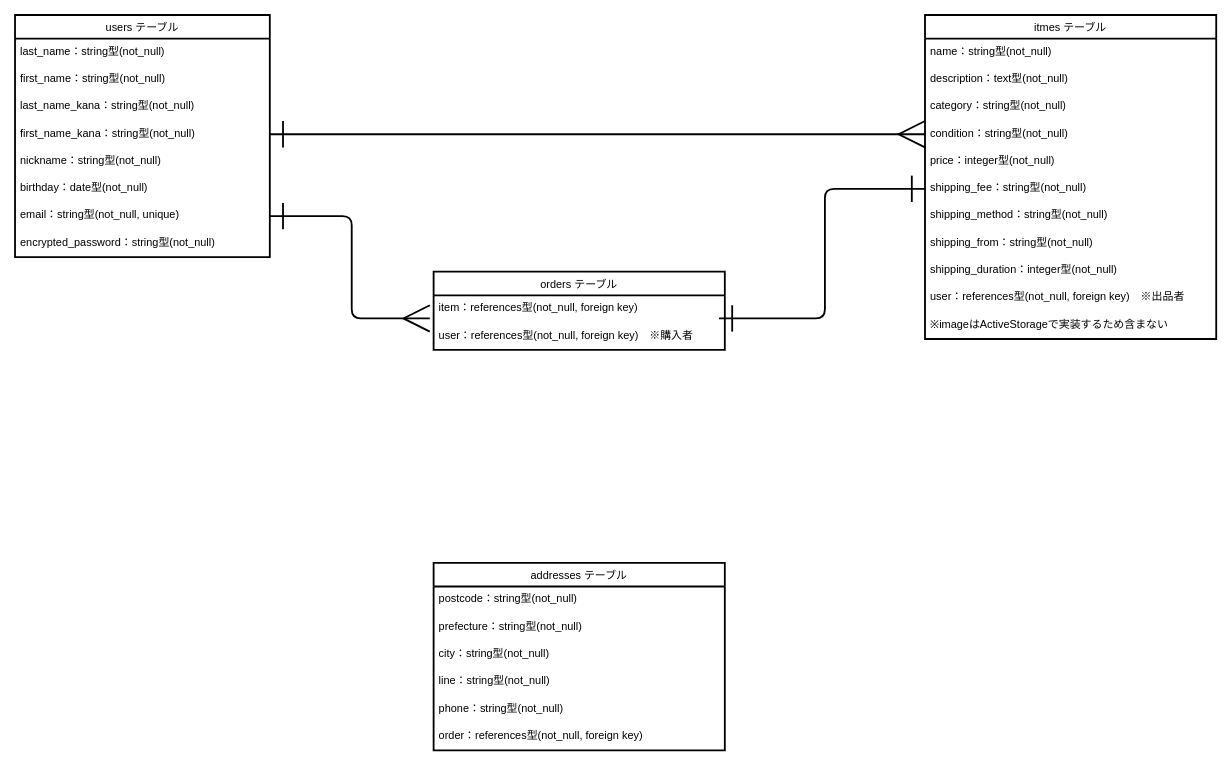
This is furimaER.dio from sssan-tech/furima-41472, a draw.io file, before an edit. Source tidied: cells renumbered, new cells numbered last; positions are measured from the earlier drawing's top-left corner, leaving out a move shared by most shapes. Both pictures are drawn from the tidied source at 91%, with x=0, y=0 at pixel (15, 15).
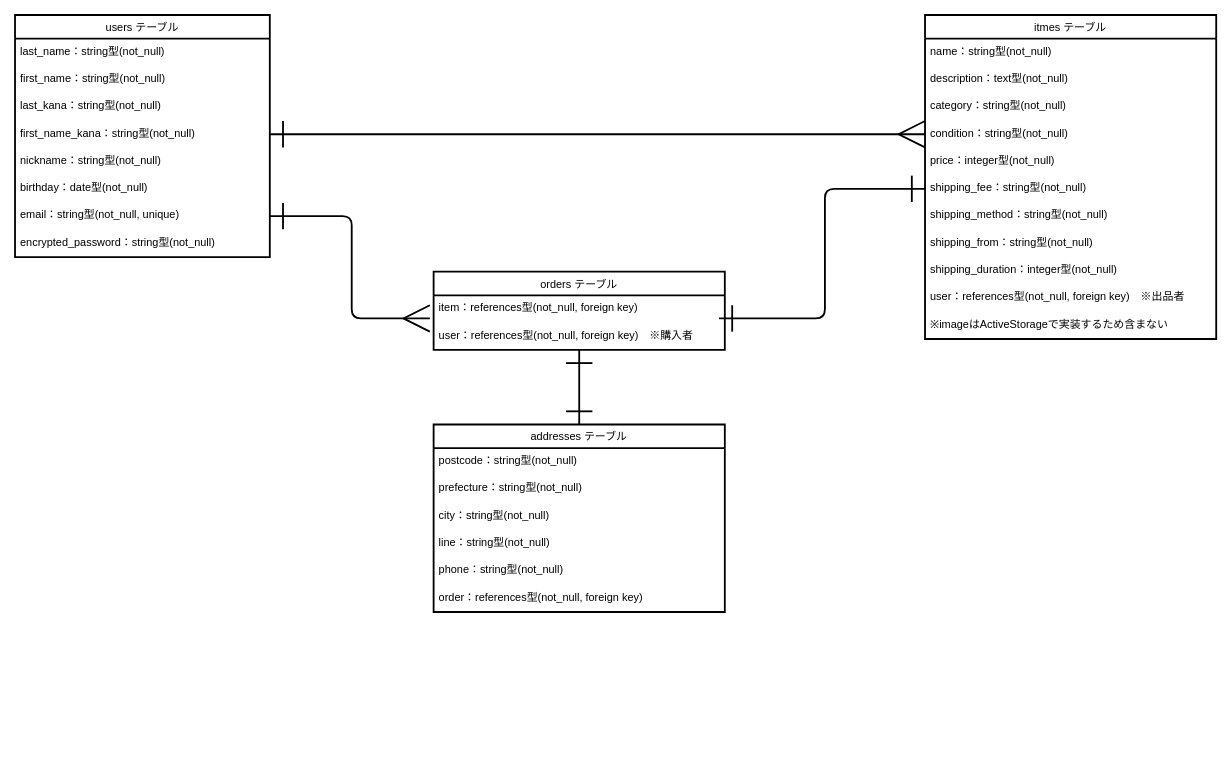
The same diagram, later.

Commit message (it also covers changes not shown here):
フリガナカラム名の調整

The change refers to these unchanged cells:
```xml
<mxCell id="2" value="users テーブル" style="swimlane;fontStyle=0;horizontal=1;startSize=26;align=center;fontSize=12;labelBackgroundColor=none;labelBorderColor=none;strokeWidth=2;swimlaneFillColor=default;" parent="1" vertex="1">
  <mxGeometry width="280" height="266" as="geometry" />
</mxCell>
<mxCell id="25" value="user：references型(not_null, foreign key)　※購入者" style="text;spacingLeft=4;spacingRight=4;overflow=hidden;points=[[0,0.5],[1,0.5]];portConstraint=eastwest;fontSize=12;labelBackgroundColor=none;labelBorderColor=none;strokeWidth=2;" parent="23" vertex="1">
  <mxGeometry y="56" width="320" height="30" as="geometry" />
</mxCell>
```

The edit, as a diff of the source:
```diff
@@
-    <mxCell id="5" value="last_name_kana：string型(not_null)" style="text;spacingLeft=4;spacingRight=4;overflow=hidden;fontSize=12;labelBackgroundColor=none;labelBorderColor=none;strokeWidth=2;" parent="2" vertex="1">
+    <mxCell id="5" value="last_kana：string型(not_null)" style="text;spacingLeft=4;spacingRight=4;overflow=hidden;fontSize=12;labelBackgroundColor=none;labelBorderColor=none;strokeWidth=2;" parent="2" vertex="1">
       <mxGeometry y="86" width="280" height="30" as="geometry" />
     </mxCell>
@@
+    <mxCell id="37" style="html=0;exitX=0.5;exitY=0;exitDx=0;exitDy=0;labelBackgroundColor=none;labelBorderColor=none;strokeWidth=2;fontSize=12;fontColor=default;startArrow=ERone;startFill=0;endArrow=ERone;endFill=0;startSize=26;endSize=26;elbow=vertical;" parent="1" edge="1" source="27" target="25">
+      <mxGeometry relative="1" as="geometry" />
+    </mxCell>
     <mxCell id="27" value="addresses テーブル" style="swimlane;fontStyle=0;horizontal=1;startSize=26;align=center;fontSize=12;labelBackgroundColor=none;labelBorderColor=none;strokeWidth=2;swimlaneFillColor=default;" parent="1" vertex="1">
-      <mxGeometry x="460" y="602" width="320" height="206" as="geometry" />
+      <mxGeometry x="460" y="450" width="320" height="206" as="geometry" />
     </mxCell>
```
